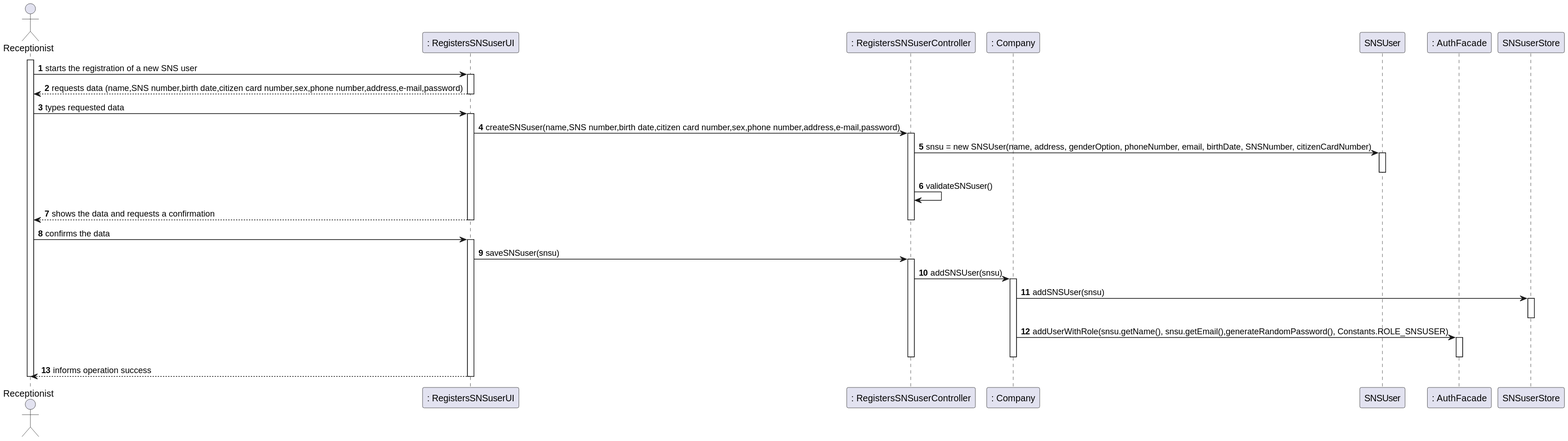
Above: docs/SprintD/US/US3/US003_SD.svg in PedroMesquita1211171/VaccinationManager (PlantUML), before the change.
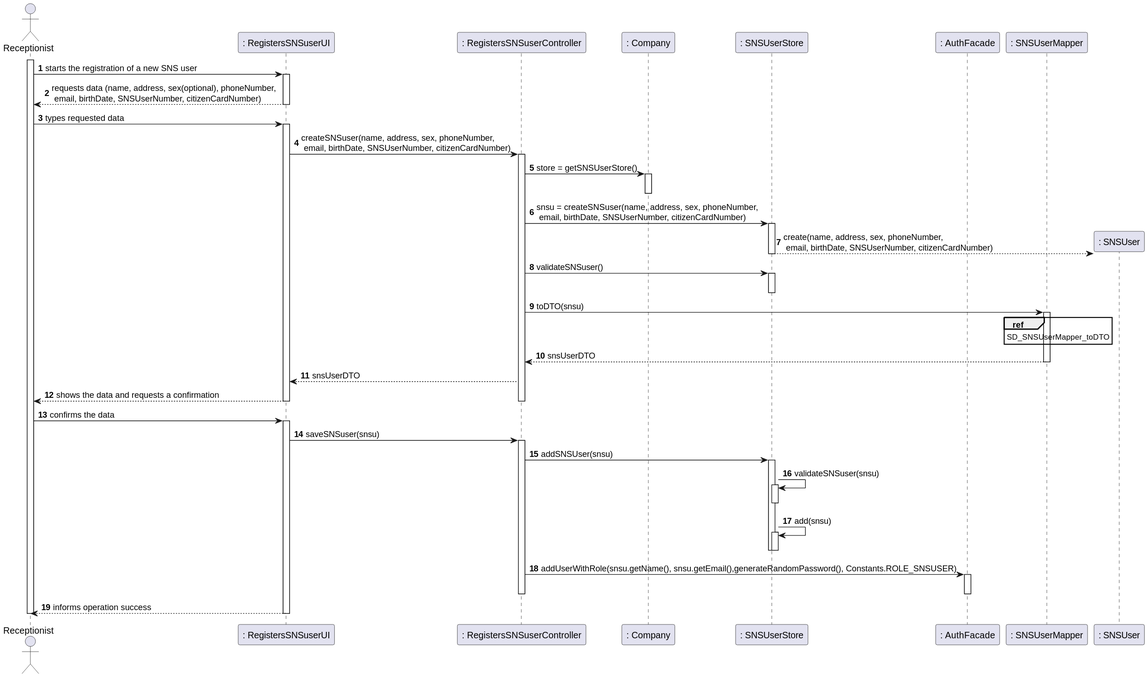
After the commit.

Commit message:
US03 ESOFT Final Correction(svg was missing)

Diff of the diagram source:
```diff
@@ -5,28 +5,53 @@
 participant ": RegistersSNSuserUI" as UI
 participant ": RegistersSNSuserController" as Controller
 participant ": Company" as Company
-participant "SNSUser" as SNSUser
+participant ": SNSUserStore" as SNSuserStore
 participant ": AuthFacade" as auth
+participant ": SNSUserMapper" as SNSUserMapper
+participant ": SNSUser" as SNSUser
 
 activate recep
 recep -> UI :  starts the registration of a new SNS user
 activate UI
-UI --> recep : requests data (name,SNS number,birth date,citizen card number,sex,phone number,address,e-mail,password)
+UI --> recep : requests data (name, address, sex(optional), phoneNumber, \n email, birthDate, SNSUserNumber, citizenCardNumber)
 deactivate UI
 
 recep -> UI : types requested data
 activate UI
 
-UI -> Controller : createSNSuser(name,SNS number,birth date,citizen card number,sex,phone number,address,e-mail,password)
+UI -> Controller : createSNSuser(name, address, sex, phoneNumber, \n email, birthDate, SNSUserNumber, citizenCardNumber)
 activate Controller
 
 
-Controller -> SNSUser : snsu = new SNSUser(name, address, genderOption, phoneNumber, email, birthDate, SNSNumber, citizenCardNumber)
-activate SNSUser
-deactivate SNSUser
+
+Controller -> Company : store = getSNSUserStore()
+activate Company
+deactivate Company
+
+Controller -> SNSuserStore : snsu = createSNSuser(name, address, sex, phoneNumber, \n email, birthDate, SNSUserNumber, citizenCardNumber)
+activate SNSuserStore
 
 
-Controller -> Controller : validateSNSuser()
+SNSuserStore --> SNSUser** : create(name, address, sex, phoneNumber, \n email, birthDate, SNSUserNumber, citizenCardNumber)
+
+deactivate SNSuserStore
+
+
+
+Controller -> SNSuserStore : validateSNSuser()
+activate SNSuserStore
+deactivate SNSuserStore
+
+
+
+Controller -> SNSUserMapper : toDTO(snsu)
+activate SNSUserMapper
+ref over SNSUserMapper
+SD_SNSUserMapper_toDTO
+end ref
+SNSUserMapper --> Controller : snsUserDTO
+deactivate SNSUserMapper
+Controller --> UI : snsUserDTO
 
 UI --> recep : shows the data and requests a confirmation
 deactivate UI
@@ -39,15 +64,18 @@
 activate Controller
 
 
-Controller -> Company : addSNSUser(snsu)
-activate Company
+Controller -> SNSuserStore : addSNSUser(snsu)
+activate SNSuserStore
 
-
-Company -> SNSuserStore : addSNSUser(snsu)
+SNSuserStore -> SNSuserStore : validateSNSuser(snsu)
 activate SNSuserStore
 deactivate SNSuserStore
+SNSuserStore-> SNSuserStore : add(snsu)
+activate SNSuserStore
+deactivate SNSuserStore
+deactivate SNSuserStore
 
-Company -> auth : addUserWithRole(snsu.getName(), snsu.getEmail(),generateRandomPassword(), Constants.ROLE_SNSUSER)
+Controller -> auth : addUserWithRole(snsu.getName(), snsu.getEmail(),generateRandomPassword(), Constants.ROLE_SNSUSER)
 activate auth
 deactivate auth
 
```
